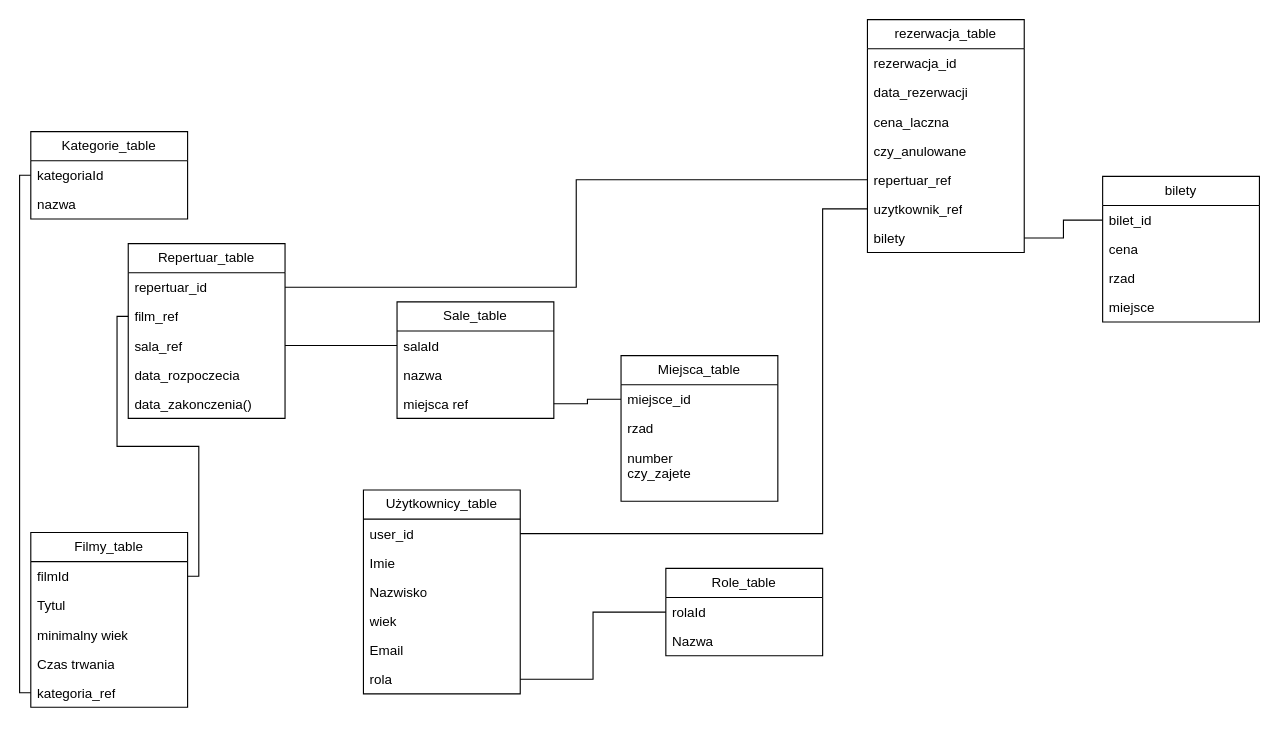
Earlier version of the draw.io diagram diagram.drawio (elzyr/KinoDB). Source tidied: cells renumbered, new cells numbered last; positions are measured from the earlier drawing's top-left corner, leaving out a move shared by most shapes. Both pictures are drawn from the tidied source at 112%, with x=0, y=0 at pixel (30, 19).
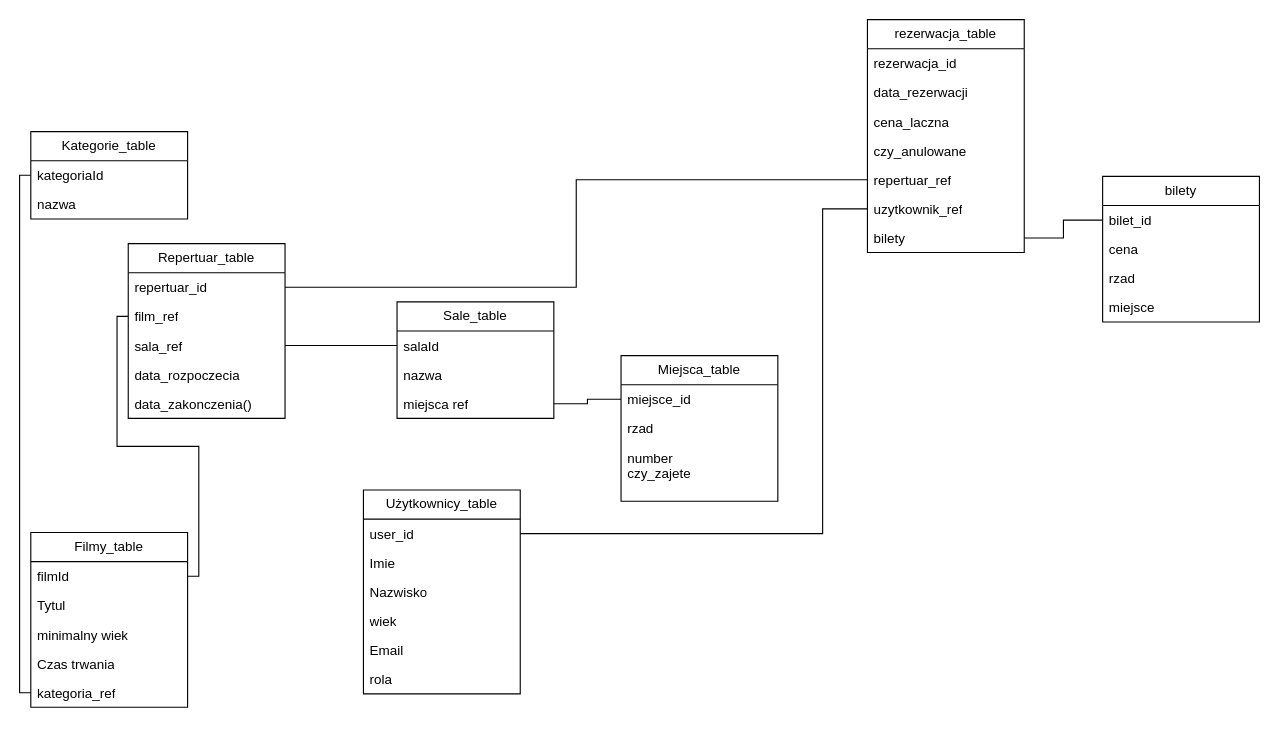
The same diagram, later.

The change refers to these unchanged cells:
```xml
<mxCell id="8" value="rola" style="text;strokeColor=none;fillColor=none;align=left;verticalAlign=top;spacingLeft=4;spacingRight=4;overflow=hidden;points=[[0,0.5],[1,0.5]];portConstraint=eastwest;whiteSpace=wrap;html=1;" parent="2" vertex="1">
  <mxGeometry y="156" width="140" height="26" as="geometry" />
</mxCell>
```

Diff of the diagram source:
```diff
@@
-    <mxCell id="9" value="Role_table" style="swimlane;fontStyle=0;horizontal=1;startSize=26;fillColor=none;whiteSpace=wrap;html=1;" parent="1" vertex="1">
-      <mxGeometry x="567" y="490" width="140" height="78" as="geometry" />
-    </mxCell>
-    <mxCell id="10" value="rolaId" style="text;strokeColor=none;fillColor=none;align=left;verticalAlign=top;spacingLeft=4;spacingRight=4;overflow=hidden;points=[[0,0.5],[1,0.5]];portConstraint=eastwest;whiteSpace=wrap;html=1;" parent="9" vertex="1">
-      <mxGeometry y="26" width="140" height="26" as="geometry" />
-    </mxCell>
-    <mxCell id="11" value="Nazwa" style="text;strokeColor=none;fillColor=none;align=left;verticalAlign=top;spacingLeft=4;spacingRight=4;overflow=hidden;whiteSpace=wrap;html=1;" parent="9" vertex="1">
-      <mxGeometry y="52" width="140" height="26" as="geometry" />
-    </mxCell>
@@
-    <mxCell id="53" style="endArrow=none;html=1;edgeStyle=orthogonalEdgeStyle;rounded=0;entryX=0;entryY=0.5;entryDx=0;entryDy=0;exitX=1;exitY=0.5;exitDx=0;exitDy=0;" parent="1" edge="1" source="8" target="10">
-      <mxGeometry relative="1" as="geometry" />
-    </mxCell>
```
